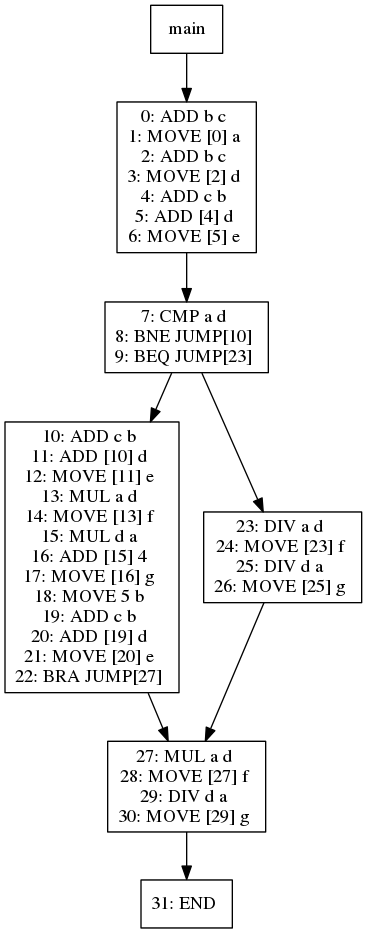
The Graphviz diagram viz/test025.dot.png in jiahanwang/PL241-Compiler, before a commit. Its source is kept beside it as viz/test025.dot.
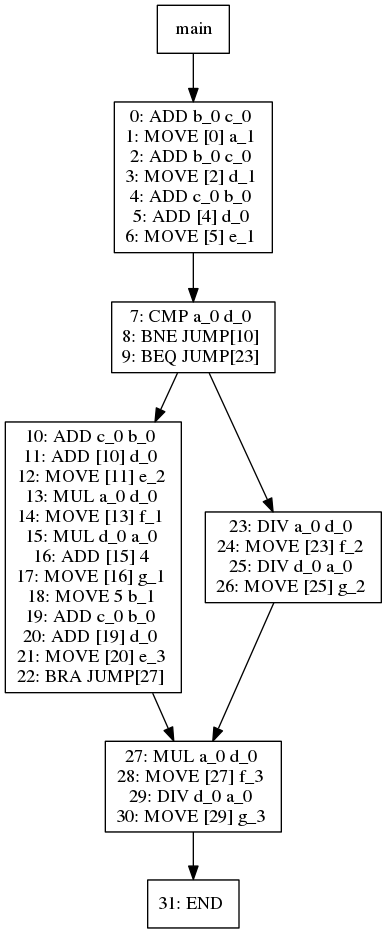
After the change.

Change to the diagram source:
```diff
@@ -1,49 +1,49 @@
 digraph test025 {
 node [shape=box]
-461[label="main"]
-461 -> 463
-463[label="0: ADD b c
-1: MOVE [0] a
-2: ADD b c
-3: MOVE [2] d
-4: ADD c b
-5: ADD [4] d
-6: MOVE [5] e
+1[label="main"]
+1 -> 3
+3[label="0: ADD b_0 c_0
+1: MOVE [0] a_1
+2: ADD b_0 c_0
+3: MOVE [2] d_1
+4: ADD c_0 b_0
+5: ADD [4] d_0
+6: MOVE [5] e_1
 "]
-463 -> 466
-466[label="7: CMP a d
+3 -> 6
+6[label="7: CMP a_0 d_0
 8: BNE JUMP[10]
 9: BEQ JUMP[23]
 "]
-466 -> 468
-468[label="10: ADD c b
-11: ADD [10] d
-12: MOVE [11] e
-13: MUL a d
-14: MOVE [13] f
-15: MUL d a
+6 -> 8
+8[label="10: ADD c_0 b_0
+11: ADD [10] d_0
+12: MOVE [11] e_2
+13: MUL a_0 d_0
+14: MOVE [13] f_1
+15: MUL d_0 a_0
 16: ADD [15] 4
-17: MOVE [16] g
-18: MOVE 5 b
-19: ADD c b
-20: ADD [19] d
-21: MOVE [20] e
+17: MOVE [16] g_1
+18: MOVE 5 b_1
+19: ADD c_0 b_0
+20: ADD [19] d_0
+21: MOVE [20] e_3
 22: BRA JUMP[27]
 "]
-468 -> 467
-467[label="27: MUL a d
-28: MOVE [27] f
-29: DIV d a
-30: MOVE [29] g
+8 -> 7
+7[label="27: MUL a_0 d_0
+28: MOVE [27] f_3
+29: DIV d_0 a_0
+30: MOVE [29] g_3
 "]
-467 -> 477
-477[label="31: END
+7 -> 17
+17[label="31: END
 "]
-466 -> 473
-473[label="23: DIV a d
-24: MOVE [23] f
-25: DIV d a
-26: MOVE [25] g
+6 -> 13
+13[label="23: DIV a_0 d_0
+24: MOVE [23] f_2
+25: DIV d_0 a_0
+26: MOVE [25] g_2
 "]
-473 -> 467
+13 -> 7
 }
```
